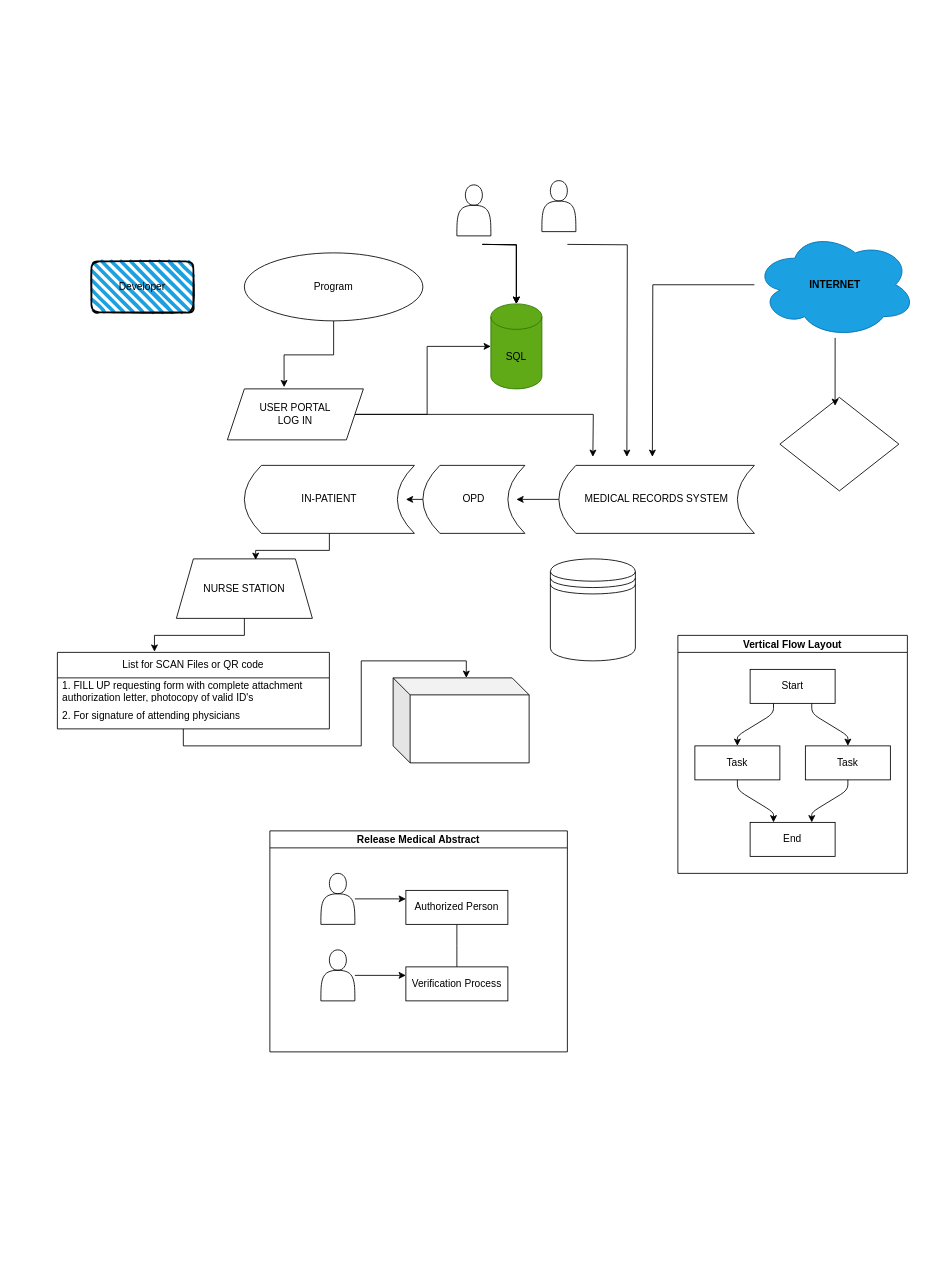
This is medical records Diagram.drawio from ninpax09/diagrammedicalrecords, a draw.io file, before an edit. Source tidied: cells renumbered, new cells numbered last; positions are measured from the earlier drawing's top-left corner, leaving out a move shared by most shapes. Both pictures are drawn from the tidied source at 85%, with x=0, y=0 at pixel (57, 180).
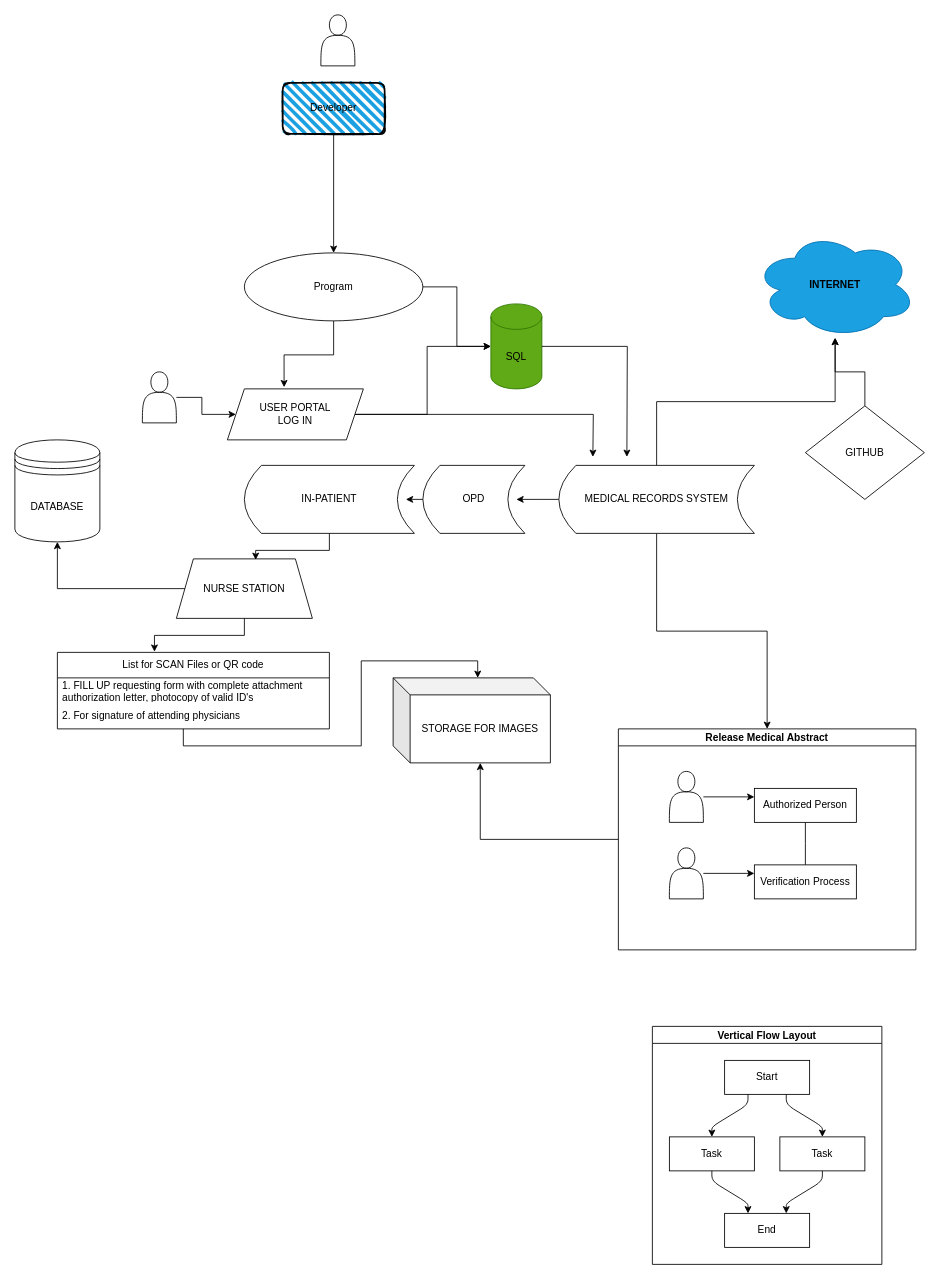
The same diagram, later.

Unchanged cells that the change refers to:
```xml
<mxCell id="2" value="Program" style="ellipse;whiteSpace=wrap;html=1;" parent="1" vertex="1">
  <mxGeometry x="220" y="85" width="210" height="80" as="geometry" />
</mxCell>
<mxCell id="5" value="USER PORTAL&lt;br&gt;LOG IN" style="shape=parallelogram;perimeter=parallelogramPerimeter;whiteSpace=wrap;html=1;fixedSize=1;" parent="1" vertex="1">
  <mxGeometry x="200" y="245" width="160" height="60" as="geometry" />
</mxCell>
<mxCell id="6" value="&lt;font style=&quot;color: light-dark(rgb(0, 0, 0), rgb(255, 247, 249));&quot;&gt;SQL&lt;/font&gt;" style="shape=cylinder3;whiteSpace=wrap;html=1;boundedLbl=1;backgroundOutline=1;size=15;fillColor=#60a917;fontColor=#ffffff;strokeColor=#2D7600;" parent="1" vertex="1">
  <mxGeometry x="510" y="145" width="60" height="100" as="geometry" />
</mxCell>
<mxCell id="14" value="MEDICAL RECORDS SYSTEM" style="shape=dataStorage;whiteSpace=wrap;html=1;fixedSize=1;" parent="1" vertex="1">
  <mxGeometry x="590" y="335" width="230" height="80" as="geometry" />
</mxCell>
<mxCell id="17" value="NURSE STATION" style="shape=trapezoid;perimeter=trapezoidPerimeter;whiteSpace=wrap;html=1;fixedSize=1;" parent="1" vertex="1">
  <mxGeometry x="140" y="445" width="160" height="70" as="geometry" />
</mxCell>
<mxCell id="23" value="&lt;b&gt;&lt;font style=&quot;color: light-dark(rgb(0, 0, 0), rgb(255, 242, 251));&quot;&gt;INTERNET&lt;/font&gt;&lt;/b&gt;" style="ellipse;shape=cloud;whiteSpace=wrap;html=1;fillColor=#1ba1e2;fontColor=#ffffff;strokeColor=#006EAF;" parent="1" vertex="1">
  <mxGeometry x="820" y="60" width="190" height="125" as="geometry" />
</mxCell>
```

Change to the diagram source:
```diff
@@
-    <mxCell id="8" style="edgeStyle=orthogonalEdgeStyle;rounded=0;jettySize=auto;html=1;" parent="1" edge="1" target="6">
-      <mxGeometry relative="1" as="geometry">
-        <mxPoint x="500" y="75" as="sourcePoint" />
-      </mxGeometry>
-    </mxCell>
-    <mxCell id="9" style="edgeStyle=orthogonalEdgeStyle;rounded=0;jettySize=auto;html=1;" parent="1" edge="1" target="6">
-      <mxGeometry relative="1" as="geometry">
-        <mxPoint x="500" y="75" as="sourcePoint" />
-      </mxGeometry>
-    </mxCell>
-    <mxCell id="10" style="edgeStyle=orthogonalEdgeStyle;rounded=0;jettySize=auto;html=1;" parent="1" edge="1" target="6">
-      <mxGeometry relative="1" as="geometry">
-        <mxPoint x="500" y="75" as="sourcePoint" />
-      </mxGeometry>
+    <mxCell id="10" style="edgeStyle=orthogonalEdgeStyle;rounded=0;jettySize=auto;html=1;exitX=1;exitY=0.5;exitDx=0;exitDy=0;" parent="1" edge="1" source="2" target="6">
+      <mxGeometry relative="1" as="geometry" />
     </mxCell>
-    <mxCell id="11" style="edgeStyle=orthogonalEdgeStyle;rounded=0;orthogonalLoop=1;jettySize=auto;html=1;" parent="1" edge="1">
+    <mxCell id="11" style="edgeStyle=orthogonalEdgeStyle;rounded=0;jettySize=auto;html=1;" parent="1" edge="1" source="6">
       <mxGeometry relative="1" as="geometry">
-        <mxPoint x="600" y="75" as="sourcePoint" />
         <mxPoint x="670" y="325" as="targetPoint" />
       </mxGeometry>
     </mxCell>
@@
+    <mxCell id="50" style="edgeStyle=orthogonalEdgeStyle;rounded=0;jettySize=auto;html=1;" parent="1" edge="1" source="14" target="23">
+      <mxGeometry relative="1" as="geometry" />
+    </mxCell>
+    <mxCell id="51" style="edgeStyle=orthogonalEdgeStyle;rounded=0;jettySize=auto;html=1;entryX=0.5;entryY=0;entryDx=0;entryDy=0;" parent="1" edge="1" source="14" target="39">
+      <mxGeometry relative="1" as="geometry" />
+    </mxCell>
@@
-    <mxCell id="22" style="edgeStyle=orthogonalEdgeStyle;rounded=0;jettySize=auto;html=1;" parent="1" edge="1" source="23">
-      <mxGeometry relative="1" as="geometry">
-        <mxPoint x="700" y="325" as="targetPoint" />
-      </mxGeometry>
-    </mxCell>
@@
+    <mxCell id="52" style="edgeStyle=orthogonalEdgeStyle;rounded=0;jettySize=auto;html=1;" parent="1" edge="1" source="24" target="23">
+      <mxGeometry relative="1" as="geometry" />
+    </mxCell>
-    <mxCell id="24" style="rhombus;whiteSpace=wrap;html=1;" parent="1" vertex="1">
-      <mxGeometry x="850" y="255" width="140" height="110" as="geometry" />
+    <mxCell id="24" value="GITHUB" style="rhombus;whiteSpace=wrap;html=1;" parent="1" vertex="1">
+      <mxGeometry x="880" y="265" width="140" height="110" as="geometry" />
     </mxCell>
-    <mxCell id="25" style="edgeStyle=orthogonalEdgeStyle;rounded=0;jettySize=auto;html=1;entryX=0.464;entryY=0.091;entryDx=0;entryDy=0;entryPerimeter=0;" parent="1" edge="1" source="23" target="24">
-      <mxGeometry relative="1" as="geometry" />
-    </mxCell>
-    <mxCell id="26" style="shape=cube;whiteSpace=wrap;html=1;boundedLbl=1;backgroundOutline=1;darkOpacity=0.05;darkOpacity2=0.1;" parent="1" vertex="1">
-      <mxGeometry x="395" y="585" width="160" height="100" as="geometry" />
+    <mxCell id="26" value="STORAGE FOR IMAGES" style="shape=cube;whiteSpace=wrap;html=1;boundedLbl=1;backgroundOutline=1;darkOpacity=0.05;darkOpacity2=0.1;" parent="1" vertex="1">
+      <mxGeometry x="395" y="585" width="185" height="100" as="geometry" />
     </mxCell>
@@
     <mxCell id="28" value="Vertical Flow Layout" style="swimlane;startSize=20;horizontal=1;flowOrientation=north;interRankCellSpacing=50;containerType=tree;fontSize=12;" parent="1" vertex="1">
-      <mxGeometry x="730" y="535" width="270" height="280" as="geometry" />
+      <mxGeometry x="700" y="995" width="270" height="280" as="geometry" />
     </mxCell>
@@
-    <mxCell id="37" style="shape=datastore;whiteSpace=wrap;html=1;" parent="1" vertex="1">
-      <mxGeometry x="580" y="445" width="100" height="120" as="geometry" />
+    <mxCell id="37" value="DATABASE" style="shape=datastore;whiteSpace=wrap;html=1;" parent="1" vertex="1">
+      <mxGeometry x="-50" y="305" width="100" height="120" as="geometry" />
     </mxCell>
@@
     <mxCell id="39" value="Release Medical Abstract" style="swimlane;startSize=20;horizontal=1;containerType=tree;" parent="1" vertex="1">
-      <mxGeometry x="250" y="765" width="350" height="260" as="geometry" />
+      <mxGeometry x="660" y="645" width="350" height="260" as="geometry" />
     </mxCell>
@@
+    <mxCell id="53" style="edgeStyle=orthogonalEdgeStyle;rounded=0;jettySize=auto;html=1;entryX=0.5;entryY=0;entryDx=0;entryDy=0;" parent="1" edge="1" source="47" target="2">
+      <mxGeometry relative="1" as="geometry" />
+    </mxCell>
     <mxCell id="47" value="Developer" style="rounded=1;whiteSpace=wrap;html=1;strokeWidth=2;fillWeight=4;hachureGap=8;hachureAngle=45;fillColor=#1ba1e2;sketch=1;" parent="1" vertex="1">
-      <mxGeometry x="40" y="95" width="120" height="60" as="geometry" />
+      <mxGeometry x="265" y="-115" width="120" height="60" as="geometry" />
     </mxCell>
     <mxCell id="48" style="shape=actor;whiteSpace=wrap;html=1;" parent="1" vertex="1">
-      <mxGeometry x="470" y="5" width="40" height="60" as="geometry" />
+      <mxGeometry x="310" y="-195" width="40" height="60" as="geometry" />
     </mxCell>
+    <mxCell id="54" style="edgeStyle=orthogonalEdgeStyle;rounded=0;jettySize=auto;html=1;" parent="1" edge="1" source="49" target="5">
+      <mxGeometry relative="1" as="geometry" />
+    </mxCell>
     <mxCell id="49" style="shape=actor;whiteSpace=wrap;html=1;" parent="1" vertex="1">
-      <mxGeometry x="570" width="40" height="60" as="geometry" />
+      <mxGeometry x="100" y="225" width="40" height="60" as="geometry" />
     </mxCell>
+    <mxCell id="55" style="edgeStyle=orthogonalEdgeStyle;rounded=0;jettySize=auto;html=1;entryX=0;entryY=0;entryDx=102.5;entryDy=100;entryPerimeter=0;" parent="1" edge="1" source="39" target="26">
+      <mxGeometry relative="1" as="geometry" />
+    </mxCell>
+    <mxCell id="56" style="edgeStyle=orthogonalEdgeStyle;rounded=0;jettySize=auto;html=1;" parent="1" edge="1" source="17" target="37">
+      <mxGeometry relative="1" as="geometry" />
+    </mxCell>
```
